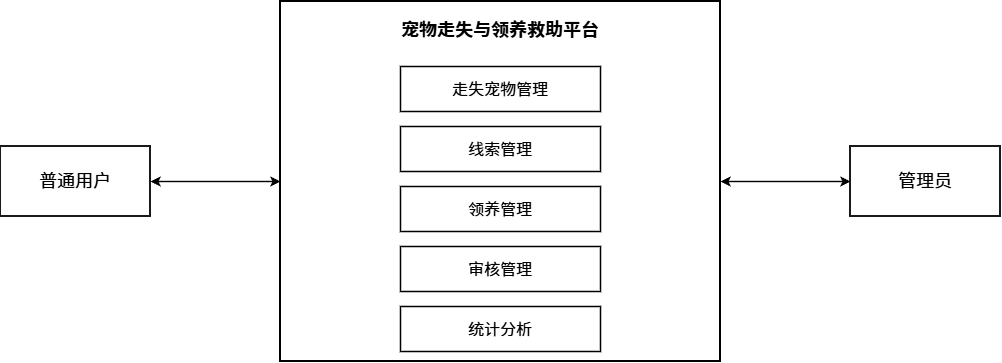
Earlier version of the draw.io export docs/images/fig1-1system_boundary_diagram.drawio.png (A-Words/pet-rescue-platform). Source tidied: cells renumbered, new cells last; positions are measured from the earlier drawing's top-left corner, leaving out a move shared by most shapes. Its diagram source:
```xml
<mxGraphModel>
  <root>
    <mxCell id="0" />
    <mxCell id="1" parent="0" />
    <mxCell id="2" value="普通用户" style="rounded=0;whiteSpace=wrap;html=1;fillColor=none;strokeColor=#000000;strokeWidth=1.8;fontColor=#000000;fontSize=18;" parent="1" vertex="1">
      <mxGeometry y="145" width="150" height="70" as="geometry" />
    </mxCell>
    <mxCell id="3" value="宠物走失与领养救助平台" style="rounded=0;whiteSpace=wrap;html=1;fillColor=none;strokeColor=#000000;strokeWidth=2;fontColor=#000000;fontSize=18;fontStyle=1;verticalAlign=top;spacingTop=12;" parent="1" vertex="1">
      <mxGeometry x="280" width="440" height="360" as="geometry" />
    </mxCell>
    <mxCell id="4" value="走失宠物管理" style="rounded=0;whiteSpace=wrap;html=1;fillColor=none;strokeColor=#000000;strokeWidth=1.5;fontColor=#000000;fontSize=16;" parent="1" vertex="1">
      <mxGeometry x="400" y="65" width="200" height="45" as="geometry" />
    </mxCell>
    <mxCell id="5" value="线索管理" style="rounded=0;whiteSpace=wrap;html=1;fillColor=none;strokeColor=#000000;strokeWidth=1.5;fontColor=#000000;fontSize=16;" parent="1" vertex="1">
      <mxGeometry x="400" y="125" width="200" height="45" as="geometry" />
    </mxCell>
    <mxCell id="6" value="领养管理" style="rounded=0;whiteSpace=wrap;html=1;fillColor=none;strokeColor=#000000;strokeWidth=1.5;fontColor=#000000;fontSize=16;" parent="1" vertex="1">
      <mxGeometry x="400" y="185" width="200" height="45" as="geometry" />
    </mxCell>
    <mxCell id="7" value="审核管理" style="rounded=0;whiteSpace=wrap;html=1;fillColor=none;strokeColor=#000000;strokeWidth=1.5;fontColor=#000000;fontSize=16;" parent="1" vertex="1">
      <mxGeometry x="400" y="245" width="200" height="45" as="geometry" />
    </mxCell>
    <mxCell id="8" value="统计分析" style="rounded=0;whiteSpace=wrap;html=1;fillColor=none;strokeColor=#000000;strokeWidth=1.5;fontColor=#000000;fontSize=16;" parent="1" vertex="1">
      <mxGeometry x="400" y="305" width="200" height="45" as="geometry" />
    </mxCell>
    <mxCell id="9" value="管理员" style="rounded=0;whiteSpace=wrap;html=1;fillColor=none;strokeColor=#000000;strokeWidth=1.8;fontColor=#000000;fontSize=18;" parent="1" vertex="1">
      <mxGeometry x="850" y="145" width="150" height="70" as="geometry" />
    </mxCell>
    <mxCell id="10" style="html=1;rounded=0;curved=0;edgeStyle=none;startArrow=classic;startFill=1;endArrow=classic;endFill=1;strokeColor=#000000;strokeWidth=1.4;fontColor=#000000;fontSize=14;" parent="1" edge="1">
      <mxGeometry relative="1" as="geometry">
        <mxPoint x="150" y="180" as="sourcePoint" />
        <mxPoint x="280" y="180" as="targetPoint" />
      </mxGeometry>
    </mxCell>
    <mxCell id="11" style="html=1;rounded=0;curved=0;edgeStyle=none;startArrow=classic;startFill=1;endArrow=classic;endFill=1;strokeColor=#000000;strokeWidth=1.4;fontColor=#000000;fontSize=14;" parent="1" edge="1">
      <mxGeometry relative="1" as="geometry">
        <mxPoint x="720" y="180" as="sourcePoint" />
        <mxPoint x="850" y="180" as="targetPoint" />
      </mxGeometry>
    </mxCell>
  </root>
</mxGraphModel>
```
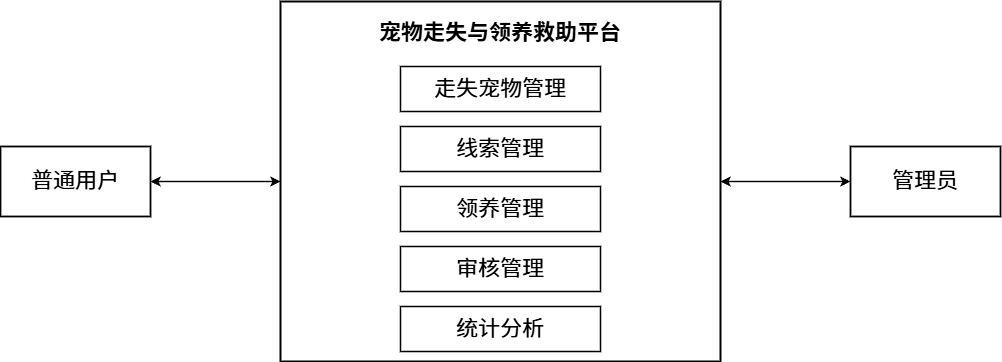
Above is the later version.

What changed in the source:
```diff
@@ -2,37 +2,37 @@
   <root>
     <mxCell id="0" />
     <mxCell id="1" parent="0" />
-    <mxCell id="2" value="普通用户" style="rounded=0;whiteSpace=wrap;html=1;fillColor=none;strokeColor=#000000;strokeWidth=1.8;fontColor=#000000;fontSize=18;" parent="1" vertex="1">
+    <mxCell id="2" value="普通用户" style="rounded=0;whiteSpace=wrap;html=1;fillColor=none;strokeColor=#000000;strokeWidth=1.8;fontColor=#000000;fontSize=22;" parent="1" vertex="1">
       <mxGeometry y="145" width="150" height="70" as="geometry" />
     </mxCell>
-    <mxCell id="3" value="宠物走失与领养救助平台" style="rounded=0;whiteSpace=wrap;html=1;fillColor=none;strokeColor=#000000;strokeWidth=2;fontColor=#000000;fontSize=18;fontStyle=1;verticalAlign=top;spacingTop=12;" parent="1" vertex="1">
+    <mxCell id="3" value="宠物走失与领养救助平台" style="rounded=0;whiteSpace=wrap;html=1;fillColor=none;strokeColor=#000000;strokeWidth=2;fontColor=#000000;fontSize=22;fontStyle=1;verticalAlign=top;spacingTop=12;" parent="1" vertex="1">
       <mxGeometry x="280" width="440" height="360" as="geometry" />
     </mxCell>
-    <mxCell id="4" value="走失宠物管理" style="rounded=0;whiteSpace=wrap;html=1;fillColor=none;strokeColor=#000000;strokeWidth=1.5;fontColor=#000000;fontSize=16;" parent="1" vertex="1">
+    <mxCell id="4" value="走失宠物管理" style="rounded=0;whiteSpace=wrap;html=1;fillColor=none;strokeColor=#000000;strokeWidth=1.5;fontColor=#000000;fontSize=22;" parent="1" vertex="1">
       <mxGeometry x="400" y="65" width="200" height="45" as="geometry" />
     </mxCell>
-    <mxCell id="5" value="线索管理" style="rounded=0;whiteSpace=wrap;html=1;fillColor=none;strokeColor=#000000;strokeWidth=1.5;fontColor=#000000;fontSize=16;" parent="1" vertex="1">
+    <mxCell id="5" value="线索管理" style="rounded=0;whiteSpace=wrap;html=1;fillColor=none;strokeColor=#000000;strokeWidth=1.5;fontColor=#000000;fontSize=22;" parent="1" vertex="1">
       <mxGeometry x="400" y="125" width="200" height="45" as="geometry" />
     </mxCell>
-    <mxCell id="6" value="领养管理" style="rounded=0;whiteSpace=wrap;html=1;fillColor=none;strokeColor=#000000;strokeWidth=1.5;fontColor=#000000;fontSize=16;" parent="1" vertex="1">
+    <mxCell id="6" value="领养管理" style="rounded=0;whiteSpace=wrap;html=1;fillColor=none;strokeColor=#000000;strokeWidth=1.5;fontColor=#000000;fontSize=22;" parent="1" vertex="1">
       <mxGeometry x="400" y="185" width="200" height="45" as="geometry" />
     </mxCell>
-    <mxCell id="7" value="审核管理" style="rounded=0;whiteSpace=wrap;html=1;fillColor=none;strokeColor=#000000;strokeWidth=1.5;fontColor=#000000;fontSize=16;" parent="1" vertex="1">
+    <mxCell id="7" value="审核管理" style="rounded=0;whiteSpace=wrap;html=1;fillColor=none;strokeColor=#000000;strokeWidth=1.5;fontColor=#000000;fontSize=22;" parent="1" vertex="1">
       <mxGeometry x="400" y="245" width="200" height="45" as="geometry" />
     </mxCell>
-    <mxCell id="8" value="统计分析" style="rounded=0;whiteSpace=wrap;html=1;fillColor=none;strokeColor=#000000;strokeWidth=1.5;fontColor=#000000;fontSize=16;" parent="1" vertex="1">
+    <mxCell id="8" value="统计分析" style="rounded=0;whiteSpace=wrap;html=1;fillColor=none;strokeColor=#000000;strokeWidth=1.5;fontColor=#000000;fontSize=22;" parent="1" vertex="1">
       <mxGeometry x="400" y="305" width="200" height="45" as="geometry" />
     </mxCell>
-    <mxCell id="9" value="管理员" style="rounded=0;whiteSpace=wrap;html=1;fillColor=none;strokeColor=#000000;strokeWidth=1.8;fontColor=#000000;fontSize=18;" parent="1" vertex="1">
+    <mxCell id="9" value="管理员" style="rounded=0;whiteSpace=wrap;html=1;fillColor=none;strokeColor=#000000;strokeWidth=1.8;fontColor=#000000;fontSize=22;" parent="1" vertex="1">
       <mxGeometry x="850" y="145" width="150" height="70" as="geometry" />
     </mxCell>
-    <mxCell id="10" style="html=1;rounded=0;curved=0;edgeStyle=none;startArrow=classic;startFill=1;endArrow=classic;endFill=1;strokeColor=#000000;strokeWidth=1.4;fontColor=#000000;fontSize=14;" parent="1" edge="1">
+    <mxCell id="10" style="html=1;rounded=0;curved=0;edgeStyle=none;startArrow=classic;startFill=1;endArrow=classic;endFill=1;strokeColor=#000000;strokeWidth=1.4;fontColor=#000000;fontSize=22;" parent="1" edge="1">
       <mxGeometry relative="1" as="geometry">
         <mxPoint x="150" y="180" as="sourcePoint" />
         <mxPoint x="280" y="180" as="targetPoint" />
       </mxGeometry>
     </mxCell>
-    <mxCell id="11" style="html=1;rounded=0;curved=0;edgeStyle=none;startArrow=classic;startFill=1;endArrow=classic;endFill=1;strokeColor=#000000;strokeWidth=1.4;fontColor=#000000;fontSize=14;" parent="1" edge="1">
+    <mxCell id="11" style="html=1;rounded=0;curved=0;edgeStyle=none;startArrow=classic;startFill=1;endArrow=classic;endFill=1;strokeColor=#000000;strokeWidth=1.4;fontColor=#000000;fontSize=22;" parent="1" edge="1">
       <mxGeometry relative="1" as="geometry">
         <mxPoint x="720" y="180" as="sourcePoint" />
         <mxPoint x="850" y="180" as="targetPoint" />
```
